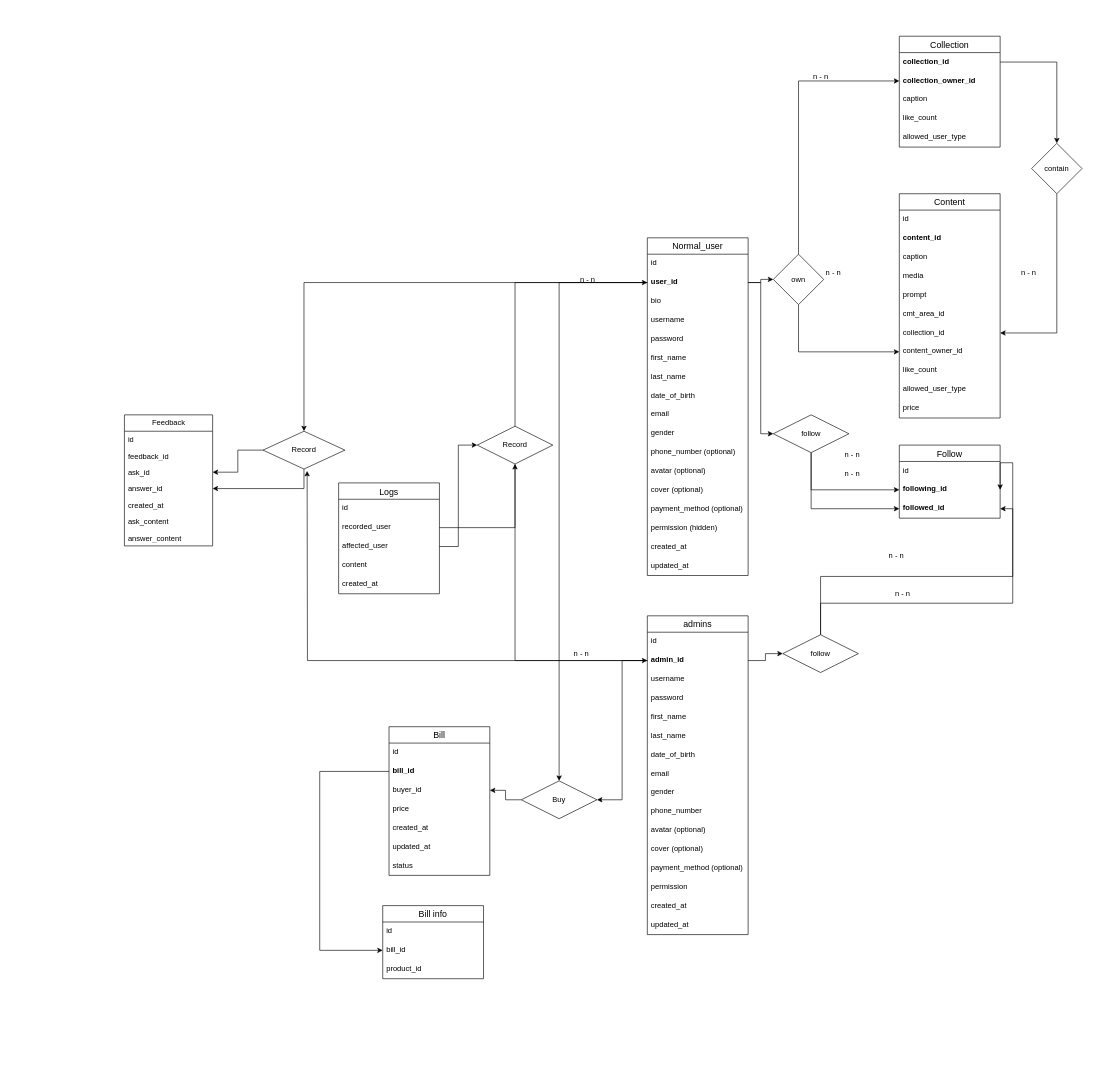
The draw.io diagram public/assets/docs/artStock_ER_model.drawio in la-serene/laravel_artStock, before the edit. Source tidied: cells renumbered, new cells numbered last; positions are measured from the earlier drawing's top-left corner, leaving out a move shared by most shapes. Both pictures are drawn from the tidied source at 63%, with x=0, y=0 at pixel (124, 36).
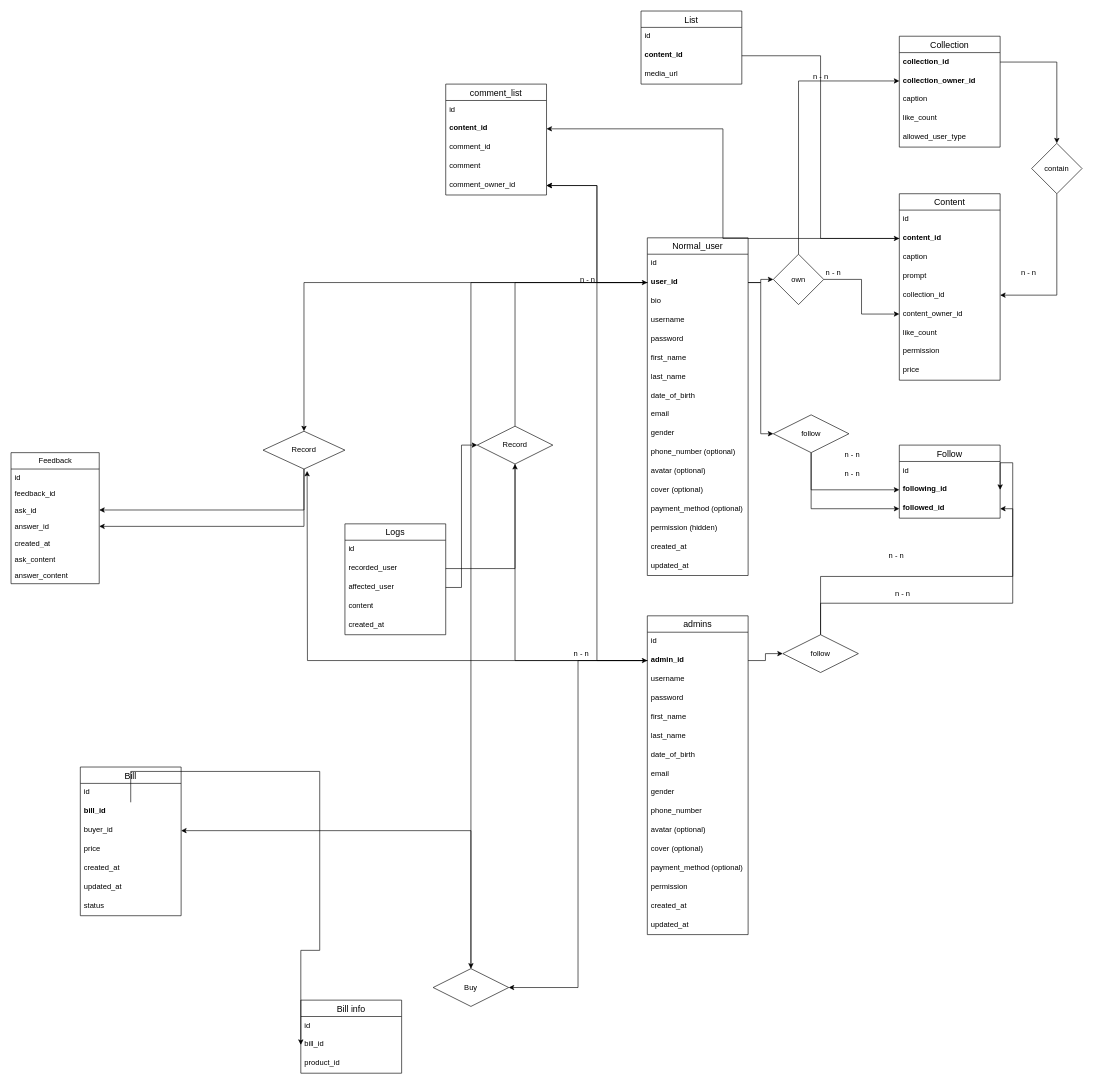
After the change.

Unchanged cells that the change refers to:
```xml
<mxCell id="4" value="user_id" style="text;strokeColor=none;fillColor=none;spacingLeft=4;spacingRight=4;overflow=hidden;points=[[0,0.5],[1,0.5]];portConstraint=eastwest;fontSize=12;fontStyle=1;" parent="2" vertex="1">
  <mxGeometry y="56" width="160" height="30" as="geometry" />
</mxCell>
<mxCell id="22" value="content_id" style="text;strokeColor=none;fillColor=none;spacingLeft=4;spacingRight=4;overflow=hidden;points=[[0,0.5],[1,0.5]];portConstraint=eastwest;fontSize=12;fontStyle=1;" parent="20" vertex="1">
  <mxGeometry y="56" width="160" height="30" as="geometry" />
</mxCell>
<mxCell id="60" value="admin_id" style="text;strokeColor=none;fillColor=none;spacingLeft=4;spacingRight=4;overflow=hidden;points=[[0,0.5],[1,0.5]];portConstraint=eastwest;fontSize=12;fontStyle=1;" parent="58" vertex="1">
  <mxGeometry y="56" width="160" height="30" as="geometry" />
</mxCell>
```

The edit, as a diff of the source:
```diff
@@
     <mxCell id="20" value="Content" style="swimlane;fontStyle=0;horizontal=1;startSize=26;align=center;fontSize=14;" parent="1" vertex="1">
-      <mxGeometry x="1230" y="250" width="160" height="356" as="geometry" />
+      <mxGeometry x="1230" y="250" width="160" height="296" as="geometry" />
     </mxCell>
@@
-    <mxCell id="24" value="media" style="text;strokeColor=none;fillColor=none;spacingLeft=4;spacingRight=4;overflow=hidden;fontSize=12;" parent="20" vertex="1">
-      <mxGeometry y="116" width="160" height="30" as="geometry" />
-    </mxCell>
     <mxCell id="25" value="prompt" style="text;strokeColor=none;fillColor=none;spacingLeft=4;spacingRight=4;overflow=hidden;fontSize=12;" parent="20" vertex="1">
-      <mxGeometry y="146" width="160" height="30" as="geometry" />
+      <mxGeometry y="116" width="160" height="30" as="geometry" />
     </mxCell>
-    <mxCell id="26" value="cmt_area_id" style="text;strokeColor=none;fillColor=none;spacingLeft=4;spacingRight=4;overflow=hidden;fontSize=12;fontStyle=0;" parent="20" vertex="1">
-      <mxGeometry y="176" width="160" height="30" as="geometry" />
-    </mxCell>
     <mxCell id="27" value="collection_id" style="text;strokeColor=none;fillColor=none;spacingLeft=4;spacingRight=4;overflow=hidden;points=[[0,0.5],[1,0.5]];portConstraint=eastwest;fontSize=12;fontStyle=0;" parent="20" vertex="1">
-      <mxGeometry y="206" width="160" height="30" as="geometry" />
+      <mxGeometry y="146" width="160" height="30" as="geometry" />
     </mxCell>
     <mxCell id="28" value="content_owner_id" style="text;strokeColor=none;fillColor=none;spacingLeft=4;spacingRight=4;overflow=hidden;points=[[0,0.5],[1,0.5]];portConstraint=eastwest;fontSize=12;" parent="20" vertex="1">
-      <mxGeometry y="236" width="160" height="30" as="geometry" />
+      <mxGeometry y="176" width="160" height="30" as="geometry" />
     </mxCell>
     <mxCell id="29" value="like_count" style="text;strokeColor=none;fillColor=none;spacingLeft=4;spacingRight=4;overflow=hidden;fontSize=12;" parent="20" vertex="1">
-      <mxGeometry y="266" width="160" height="30" as="geometry" />
+      <mxGeometry y="206" width="160" height="30" as="geometry" />
     </mxCell>
-    <mxCell id="30" value="allowed_user_type" style="text;strokeColor=none;fillColor=none;spacingLeft=4;spacingRight=4;overflow=hidden;fontSize=12;" parent="20" vertex="1">
-      <mxGeometry y="296" width="160" height="30" as="geometry" />
+    <mxCell id="30" value="permission&#10;" style="text;strokeColor=none;fillColor=none;spacingLeft=4;spacingRight=4;overflow=hidden;fontSize=12;" parent="20" vertex="1">
+      <mxGeometry y="236" width="160" height="30" as="geometry" />
     </mxCell>
     <mxCell id="31" value="price" style="text;strokeColor=none;fillColor=none;spacingLeft=4;spacingRight=4;overflow=hidden;fontSize=12;" parent="20" vertex="1">
-      <mxGeometry y="326" width="160" height="30" as="geometry" />
+      <mxGeometry y="266" width="160" height="30" as="geometry" />
     </mxCell>
@@
     <mxCell id="81" value="Logs" style="swimlane;fontStyle=0;horizontal=1;startSize=26;align=center;fontSize=14;" parent="1" vertex="1">
-      <mxGeometry x="340" y="709" width="160" height="176" as="geometry" />
+      <mxGeometry x="350" y="774" width="160" height="176" as="geometry" />
     </mxCell>
@@
     <mxCell id="94" value="Feedback" style="swimlane;fontStyle=0;horizontal=1;startSize=26;fillColor=none;html=1;" parent="1" vertex="1">
-      <mxGeometry y="601" width="140" height="208" as="geometry" />
+      <mxGeometry x="-180" y="661" width="140" height="208" as="geometry" />
     </mxCell>
@@
     <mxCell id="107" value="Bill" style="swimlane;fontStyle=0;horizontal=1;startSize=26;align=center;fontSize=14;" parent="1" vertex="1">
-      <mxGeometry x="420" y="1096" width="160" height="236" as="geometry" />
+      <mxGeometry x="-70" y="1160" width="160" height="236" as="geometry" />
     </mxCell>
@@
     <mxCell id="116" value="Buy" style="shape=rhombus;perimeter=rhombusPerimeter;whiteSpace=wrap;html=1;align=center;" parent="1" vertex="1">
-      <mxGeometry x="630" y="1182" width="120" height="60" as="geometry" />
+      <mxGeometry x="490" y="1480" width="120" height="60" as="geometry" />
     </mxCell>
@@
     <mxCell id="119" value="Bill info" style="swimlane;fontStyle=0;horizontal=1;startSize=26;align=center;fontSize=14;" parent="1" vertex="1">
-      <mxGeometry x="410" y="1380" width="160" height="116" as="geometry" />
+      <mxGeometry x="280" y="1530" width="160" height="116" as="geometry" />
     </mxCell>
@@
+    <mxCell id="124" value="List" style="swimlane;fontStyle=0;horizontal=1;startSize=26;align=center;fontSize=14;" parent="1" vertex="1">
+      <mxGeometry x="820" y="-40" width="160" height="116" as="geometry" />
+    </mxCell>
+    <mxCell id="125" value="id" style="text;strokeColor=none;fillColor=none;spacingLeft=4;spacingRight=4;overflow=hidden;fontSize=12;" parent="124" vertex="1">
+      <mxGeometry y="26" width="160" height="30" as="geometry" />
+    </mxCell>
+    <mxCell id="126" value="content_id" style="text;strokeColor=none;fillColor=none;spacingLeft=4;spacingRight=4;overflow=hidden;points=[[0,0.5],[1,0.5]];portConstraint=eastwest;fontSize=12;fontStyle=1;" parent="124" vertex="1">
+      <mxGeometry y="56" width="160" height="30" as="geometry" />
+    </mxCell>
+    <mxCell id="127" value="media_url" style="text;strokeColor=none;fillColor=none;spacingLeft=4;spacingRight=4;overflow=hidden;fontSize=12;" parent="124" vertex="1">
+      <mxGeometry y="86" width="160" height="30" as="geometry" />
+    </mxCell>
+    <mxCell id="128" style="edgeStyle=orthogonalEdgeStyle;rounded=0;jettySize=auto;html=1;" parent="1" edge="1" source="126" target="22">
+      <mxGeometry relative="1" as="geometry" />
+    </mxCell>
+    <mxCell id="129" value="comment_list" style="swimlane;fontStyle=0;horizontal=1;startSize=26;align=center;fontSize=14;" parent="1" vertex="1">
+      <mxGeometry x="510" y="76" width="160" height="176" as="geometry" />
+    </mxCell>
+    <mxCell id="130" value="id" style="text;strokeColor=none;fillColor=none;spacingLeft=4;spacingRight=4;overflow=hidden;fontSize=12;" parent="129" vertex="1">
+      <mxGeometry y="26" width="160" height="30" as="geometry" />
+    </mxCell>
+    <mxCell id="131" value="content_id" style="text;strokeColor=none;fillColor=none;spacingLeft=4;spacingRight=4;overflow=hidden;points=[[0,0.5],[1,0.5]];portConstraint=eastwest;fontSize=12;fontStyle=1;" parent="129" vertex="1">
+      <mxGeometry y="56" width="160" height="30" as="geometry" />
+    </mxCell>
+    <mxCell id="132" value="comment_id" style="text;strokeColor=none;fillColor=none;spacingLeft=4;spacingRight=4;overflow=hidden;fontSize=12;" parent="129" vertex="1">
+      <mxGeometry y="86" width="160" height="30" as="geometry" />
+    </mxCell>
+    <mxCell id="133" value="comment" style="text;strokeColor=none;fillColor=none;spacingLeft=4;spacingRight=4;overflow=hidden;fontSize=12;" parent="129" vertex="1">
+      <mxGeometry y="116" width="160" height="30" as="geometry" />
+    </mxCell>
+    <mxCell id="134" value="comment_owner_id" style="text;strokeColor=none;fillColor=none;spacingLeft=4;spacingRight=4;overflow=hidden;points=[[0,0.5],[1,0.5]];portConstraint=eastwest;fontSize=12;" parent="129" vertex="1">
+      <mxGeometry y="146" width="160" height="30" as="geometry" />
+    </mxCell>
+    <mxCell id="135" style="edgeStyle=orthogonalEdgeStyle;rounded=0;jettySize=auto;html=1;" parent="1" edge="1" source="22" target="131">
+      <mxGeometry relative="1" as="geometry" />
+    </mxCell>
+    <mxCell id="136" style="edgeStyle=orthogonalEdgeStyle;rounded=0;jettySize=auto;html=1;entryX=1;entryY=0.5;entryDx=0;entryDy=0;" parent="1" edge="1" source="4" target="134">
+      <mxGeometry relative="1" as="geometry" />
+    </mxCell>
+    <mxCell id="137" style="edgeStyle=orthogonalEdgeStyle;rounded=0;jettySize=auto;html=1;entryX=1;entryY=0.5;entryDx=0;entryDy=0;" parent="1" edge="1" source="60" target="134">
+      <mxGeometry relative="1" as="geometry" />
+    </mxCell>
```
